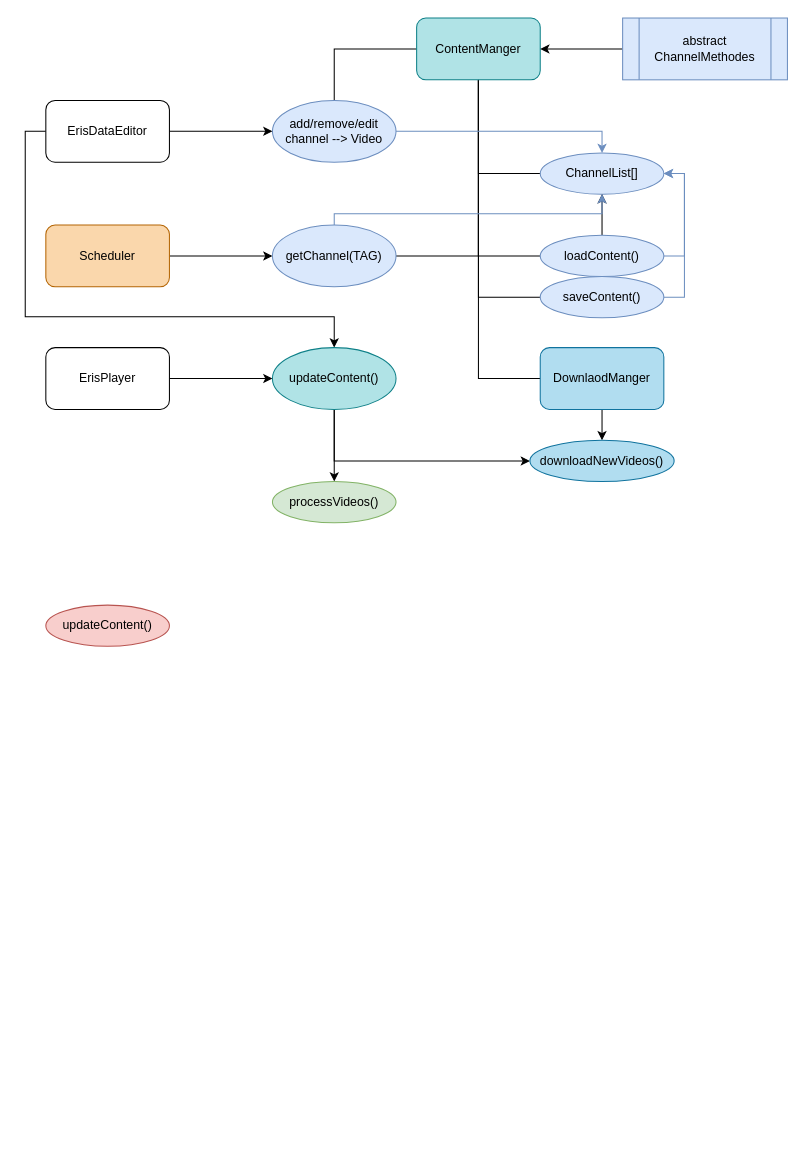
Eris-Television/Eris-Player keeps this draw.io diagram as page "ContentManger" (5 of 6) of ErisPlayer_Documentation.drawio. Above is the earlier version. Source tidied: cells renumbered, new cells numbered last; positions are measured from the earlier drawing's top-left corner, leaving out a move shared by most shapes. Both pictures are drawn from the tidied source at 103%, with x=0, y=0 at pixel (25, 18).
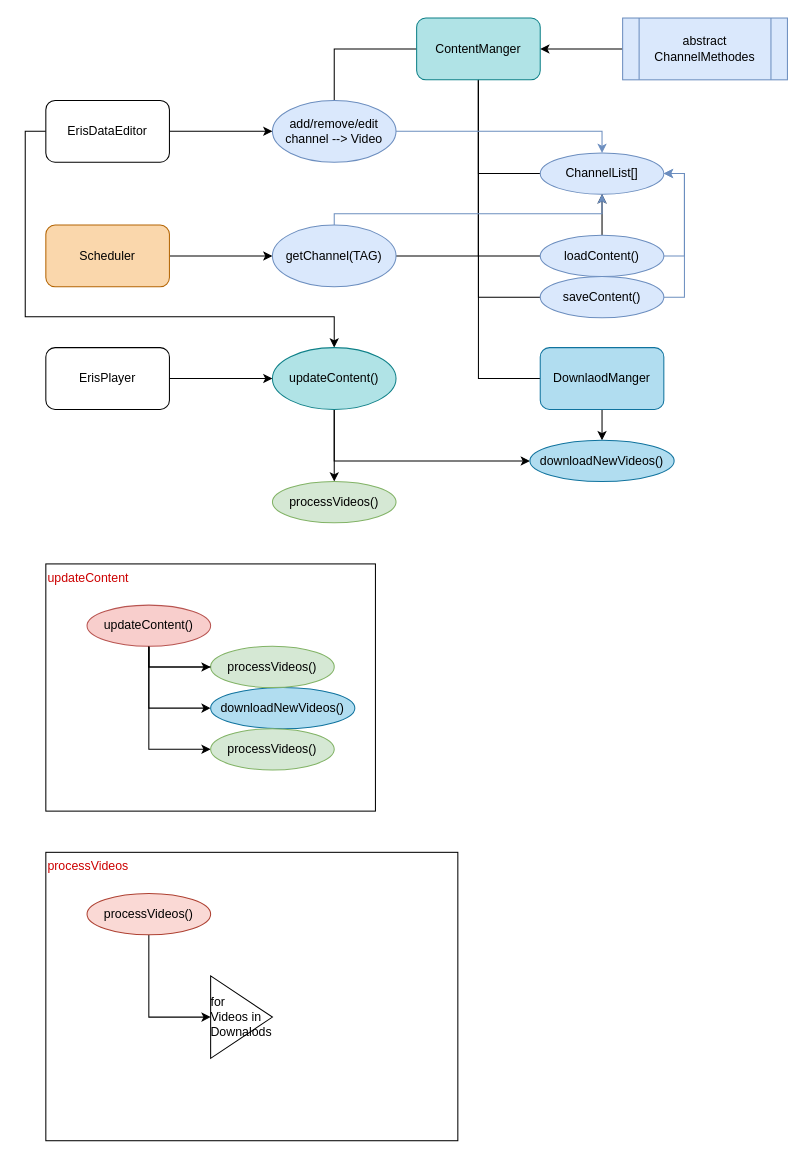
After the change.

What changed in the source:
```diff
@@
+    <mxCell id="36" value="&lt;font color=&quot;#cc0000&quot;&gt;updateContent&lt;/font&gt;" style="rounded=0;whiteSpace=wrap;html=1;fillColor=none;align=left;verticalAlign=top;" parent="1" vertex="1">
+      <mxGeometry x="20" y="530" width="320" height="240" as="geometry" />
+    </mxCell>
@@
+    <mxCell id="37" style="edgeStyle=orthogonalEdgeStyle;rounded=0;jettySize=auto;html=1;entryX=0;entryY=0.5;entryDx=0;entryDy=0;endArrow=classic;endFill=1;" parent="1" edge="1" source="34" target="45">
+      <mxGeometry relative="1" as="geometry" />
+    </mxCell>
+    <mxCell id="38" style="edgeStyle=orthogonalEdgeStyle;rounded=0;jettySize=auto;html=1;entryX=0;entryY=0.5;entryDx=0;entryDy=0;endArrow=classic;endFill=1;" parent="1" edge="1" source="34" target="40">
+      <mxGeometry relative="1" as="geometry" />
+    </mxCell>
+    <mxCell id="39" style="edgeStyle=orthogonalEdgeStyle;rounded=0;jettySize=auto;html=1;entryX=0;entryY=0.5;entryDx=0;entryDy=0;fontColor=#000000;endArrow=classic;endFill=1;" parent="1" edge="1" source="34" target="41">
+      <mxGeometry relative="1" as="geometry" />
+    </mxCell>
     <mxCell id="34" value="updateContent()" style="ellipse;whiteSpace=wrap;html=1;fillColor=#f8cecc;strokeColor=#b85450;" parent="1" vertex="1">
-      <mxGeometry x="20" y="570" width="120" height="40" as="geometry" />
+      <mxGeometry x="60" y="570" width="120" height="40" as="geometry" />
     </mxCell>
@@
+    <mxCell id="40" value="downloadNewVideos()" style="ellipse;whiteSpace=wrap;html=1;fillColor=#b1ddf0;strokeColor=#10739e;" parent="1" vertex="1">
+      <mxGeometry x="180" y="650" width="140" height="40" as="geometry" />
+    </mxCell>
+    <mxCell id="41" value="processVideos()" style="ellipse;whiteSpace=wrap;html=1;fillColor=#d5e8d4;strokeColor=#82b366;" parent="1" vertex="1">
+      <mxGeometry x="180" y="690" width="120" height="40" as="geometry" />
+    </mxCell>
+    <mxCell id="42" value="processVideos" style="rounded=0;whiteSpace=wrap;html=1;fontColor=#CC0000;fillColor=none;align=left;verticalAlign=top;" parent="1" vertex="1">
+      <mxGeometry x="20" y="810" width="400" height="280" as="geometry" />
+    </mxCell>
+    <mxCell id="43" style="edgeStyle=orthogonalEdgeStyle;rounded=0;jettySize=auto;html=1;entryX=0;entryY=0.5;entryDx=0;entryDy=0;fontColor=#000000;endArrow=classic;endFill=1;" parent="1" edge="1" source="44" target="47">
+      <mxGeometry relative="1" as="geometry" />
+    </mxCell>
+    <mxCell id="44" value="processVideos()" style="ellipse;whiteSpace=wrap;html=1;fillColor=#fad9d5;strokeColor=#ae4132;" parent="1" vertex="1">
+      <mxGeometry x="60" y="850" width="120" height="40" as="geometry" />
+    </mxCell>
+    <mxCell id="45" value="processVideos()" style="ellipse;whiteSpace=wrap;html=1;fillColor=#d5e8d4;strokeColor=#82b366;" parent="1" vertex="1">
+      <mxGeometry x="180" y="610" width="120" height="40" as="geometry" />
+    </mxCell>
+    <mxCell id="46" style="edgeStyle=orthogonalEdgeStyle;rounded=0;jettySize=auto;html=1;entryX=0;entryY=0.5;entryDx=0;entryDy=0;endArrow=none;endFill=1;" parent="1" edge="1" source="34" target="45">
+      <mxGeometry relative="1" as="geometry" />
+    </mxCell>
+    <mxCell id="47" value="&lt;div style=&quot;text-align: left;&quot;&gt;&lt;span style=&quot;background-color: initial;&quot;&gt;for&lt;/span&gt;&lt;/div&gt;&lt;div style=&quot;text-align: left;&quot;&gt;&lt;span style=&quot;background-color: initial;&quot;&gt;Videos in&lt;/span&gt;&lt;/div&gt;&lt;div style=&quot;text-align: left;&quot;&gt;&lt;span style=&quot;background-color: initial;&quot;&gt;Downalods&lt;/span&gt;&lt;/div&gt;" style="triangle;whiteSpace=wrap;html=1;fontColor=#000000;fillColor=default;" parent="1" vertex="1">
+      <mxGeometry x="180" y="930" width="60" height="80" as="geometry" />
+    </mxCell>
```
